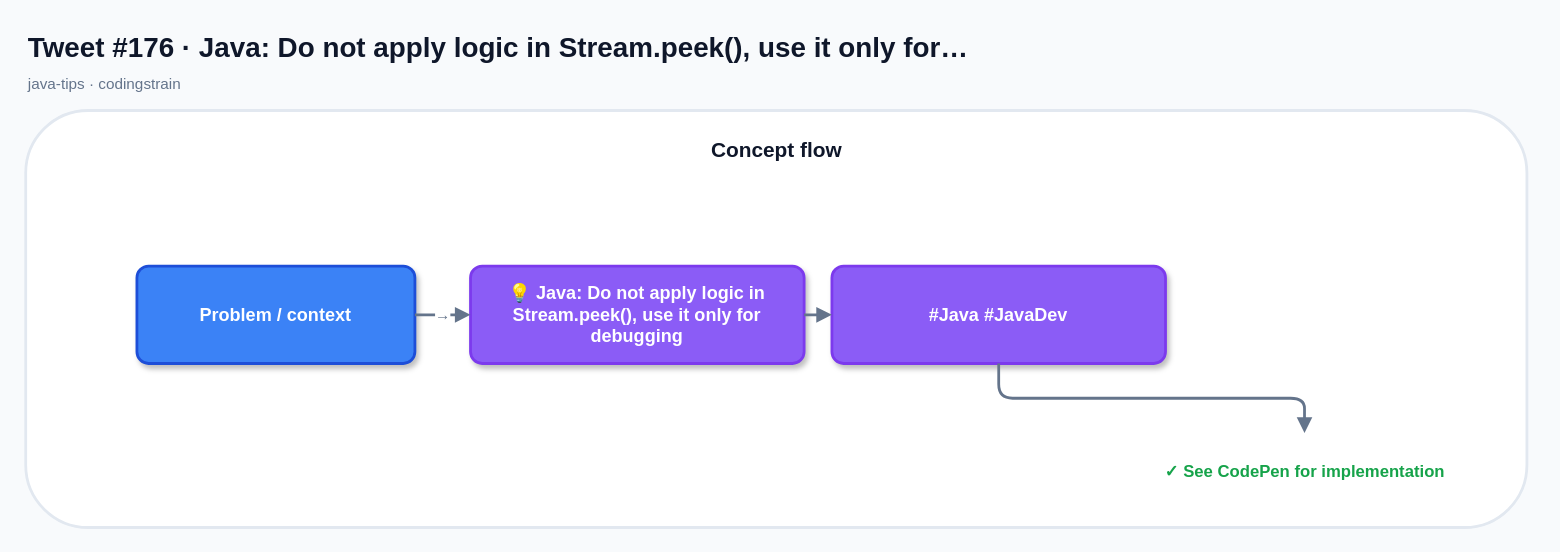
The draw.io diagram x-posts-examples/generated-x-posts/drawio/tweet-176.drawio in mcasari/codingstrain, before the edit. Source tidied: cells renumbered, new cells numbered last; positions are measured from the earlier drawing's top-left corner, leaving out a move shared by most shapes. Both pictures are drawn from the tidied source at 139%, with x=0, y=0 at pixel (25, 24).
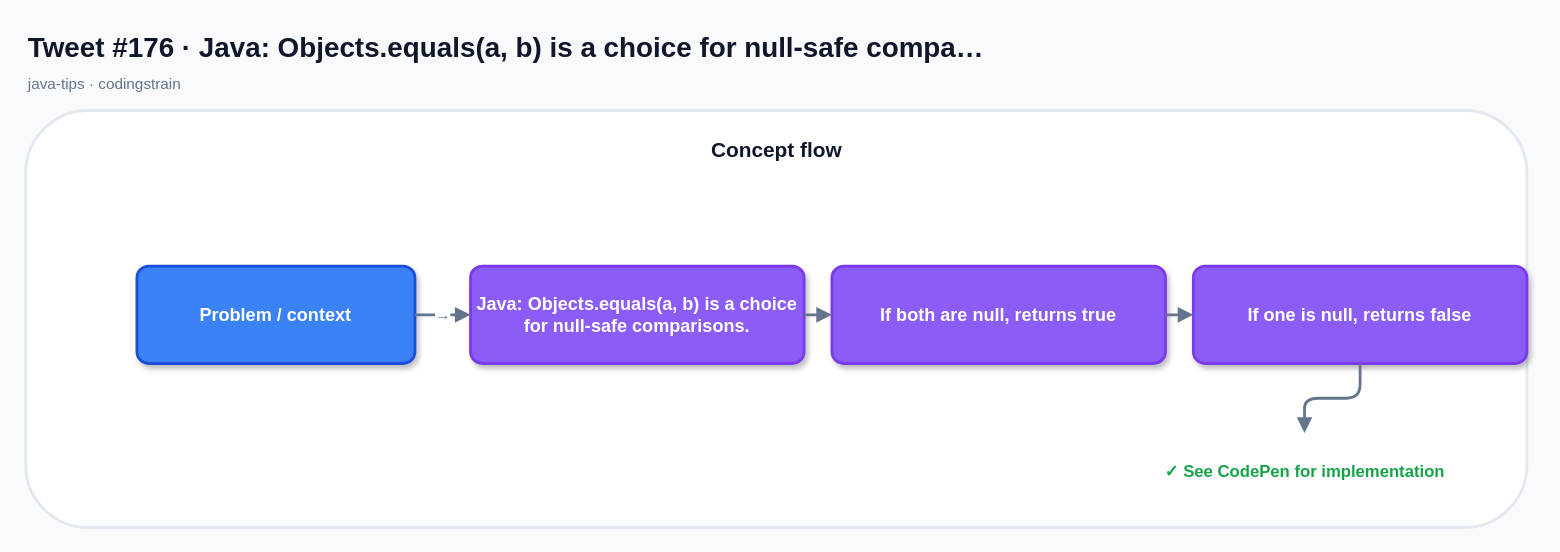
After the change.

The edit, as a diff of the source:
```diff
@@
 <mxGraphModel background="#F8FAFC">
   <root>
     <mxCell id="0" />
     <mxCell id="1" parent="0" />
-    <mxCell id="2" value="Tweet #176 · Java: Do not apply logic in Stream.peek(), use it only for…" style="text;html=1;strokeColor=none;fillColor=none;align=left;verticalAlign=middle;fontSize=20;fontStyle=1;fontColor=#0F172A;" parent="1" vertex="1">
+    <mxCell id="2" value="Tweet #176 · Java: Objects.equals(a, b) is a choice for null-safe compa…" style="text;html=1;strokeColor=none;fillColor=none;align=left;verticalAlign=middle;fontSize=20;fontStyle=1;fontColor=#0F172A;" parent="1" vertex="1">
       <mxGeometry width="760" height="32" as="geometry" />
     </mxCell>
     <mxCell id="3" value="java-tips · codingstrain" style="text;html=1;strokeColor=none;fillColor=none;align=left;verticalAlign=middle;fontSize=11;fontStyle=0;fontColor=#64748B;" parent="1" vertex="1">
       <mxGeometry y="32" width="520" height="22" as="geometry" />
     </mxCell>
     <mxCell id="4" style="rounded=1;fillColor=#FFFFFF;strokeColor=#E2E8F0;strokeWidth=2;shadow=0;" parent="1" vertex="1">
       <mxGeometry y="62" width="1080" height="300" as="geometry" />
     </mxCell>
     <mxCell id="5" value="Concept flow" style="text;html=1;strokeColor=none;fillColor=none;align=center;verticalAlign=middle;fontSize=15;fontStyle=1;fontColor=#0F172A;" parent="1" vertex="1">
       <mxGeometry x="20" y="76" width="1040" height="28" as="geometry" />
     </mxCell>
     <mxCell id="6" value="Problem / context" style="rounded=1;whiteSpace=wrap;html=1;arcSize=12;fillColor=#3B82F6;strokeColor=#1D4ED8;strokeWidth=2;fontColor=#FFFFFF;fontSize=13;fontStyle=1;shadow=1;align=center;verticalAlign=middle;" parent="1" vertex="1">
       <mxGeometry x="80" y="174" width="200" height="70" as="geometry" />
     </mxCell>
-    <mxCell id="7" value="💡 Java: Do not apply logic in Stream.peek(), use it only for debugging" style="rounded=1;whiteSpace=wrap;html=1;arcSize=12;fillColor=#8B5CF6;strokeColor=#7C3AED;strokeWidth=2;fontColor=#FFFFFF;fontSize=13;fontStyle=1;shadow=1;align=center;verticalAlign=middle;" parent="1" vertex="1">
+    <mxCell id="7" value="Java: Objects.equals(a, b) is a choice for null-safe comparisons." style="rounded=1;whiteSpace=wrap;html=1;arcSize=12;fillColor=#8B5CF6;strokeColor=#7C3AED;strokeWidth=2;fontColor=#FFFFFF;fontSize=13;fontStyle=1;shadow=1;align=center;verticalAlign=middle;" parent="1" vertex="1">
       <mxGeometry x="320" y="174" width="240" height="70" as="geometry" />
     </mxCell>
     <mxCell id="8" value="→" style="edgeStyle=orthogonalEdgeStyle;rounded=1;jettySize=auto;html=1;endArrow=block;endFill=1;startArrow=none;strokeColor=#64748B;strokeWidth=2;fontColor=#64748B;fontSize=11;" parent="1" edge="1" source="6" target="7">
       <mxGeometry relative="1" as="geometry" />
     </mxCell>
-    <mxCell id="9" value="#Java #JavaDev" style="rounded=1;whiteSpace=wrap;html=1;arcSize=12;fillColor=#8B5CF6;strokeColor=#7C3AED;strokeWidth=2;fontColor=#FFFFFF;fontSize=13;fontStyle=1;shadow=1;align=center;verticalAlign=middle;" parent="1" vertex="1">
+    <mxCell id="9" value="If both are null, returns true" style="rounded=1;whiteSpace=wrap;html=1;arcSize=12;fillColor=#8B5CF6;strokeColor=#7C3AED;strokeWidth=2;fontColor=#FFFFFF;fontSize=13;fontStyle=1;shadow=1;align=center;verticalAlign=middle;" parent="1" vertex="1">
       <mxGeometry x="580" y="174" width="240" height="70" as="geometry" />
     </mxCell>
     <mxCell id="10" style="edgeStyle=orthogonalEdgeStyle;rounded=1;jettySize=auto;html=1;endArrow=block;endFill=1;startArrow=none;strokeColor=#64748B;strokeWidth=2;fontColor=#64748B;fontSize=11;" parent="1" edge="1" source="7" target="9">
       <mxGeometry relative="1" as="geometry" />
     </mxCell>
-    <mxCell id="11" value="✓ See CodePen for implementation" style="text;html=1;strokeColor=none;fillColor=none;align=center;verticalAlign=middle;fontSize=12;fontStyle=1;fontColor=#16A34A;" parent="1" vertex="1">
-      <mxGeometry x="800" y="294" width="240" height="56" as="geometry" />
+    <mxCell id="11" value="If one is null, returns false" style="rounded=1;whiteSpace=wrap;html=1;arcSize=12;fillColor=#8B5CF6;strokeColor=#7C3AED;strokeWidth=2;fontColor=#FFFFFF;fontSize=13;fontStyle=1;shadow=1;align=center;verticalAlign=middle;" parent="1" vertex="1">
+      <mxGeometry x="840" y="174" width="240" height="70" as="geometry" />
     </mxCell>
     <mxCell id="12" style="edgeStyle=orthogonalEdgeStyle;rounded=1;jettySize=auto;html=1;endArrow=block;endFill=1;startArrow=none;strokeColor=#64748B;strokeWidth=2;fontColor=#64748B;fontSize=11;" parent="1" edge="1" source="9" target="11">
       <mxGeometry relative="1" as="geometry" />
     </mxCell>
+    <mxCell id="13" value="✓ See CodePen for implementation" style="text;html=1;strokeColor=none;fillColor=none;align=center;verticalAlign=middle;fontSize=12;fontStyle=1;fontColor=#16A34A;" parent="1" vertex="1">
+      <mxGeometry x="800" y="294" width="240" height="56" as="geometry" />
+    </mxCell>
+    <mxCell id="14" style="edgeStyle=orthogonalEdgeStyle;rounded=1;jettySize=auto;html=1;endArrow=block;endFill=1;startArrow=none;strokeColor=#64748B;strokeWidth=2;fontColor=#64748B;fontSize=11;" parent="1" edge="1" source="11" target="13">
+      <mxGeometry relative="1" as="geometry" />
+    </mxCell>
   </root>
 </mxGraphModel>
```
